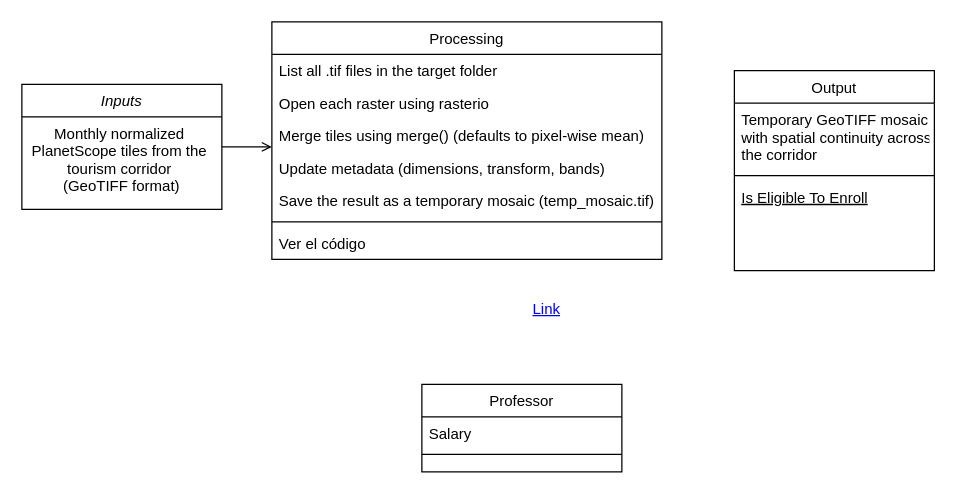
Before: RegenerativeTourism/Diagrama sin título.drawio in WennOlarteE/portfolio, a draw.io diagram. Source tidied: cells renumbered, new cells numbered last; positions are measured from the earlier drawing's top-left corner, leaving out a move shared by most shapes. Both pictures are drawn from the tidied source at 125%, with x=0, y=0 at pixel (21, 21).
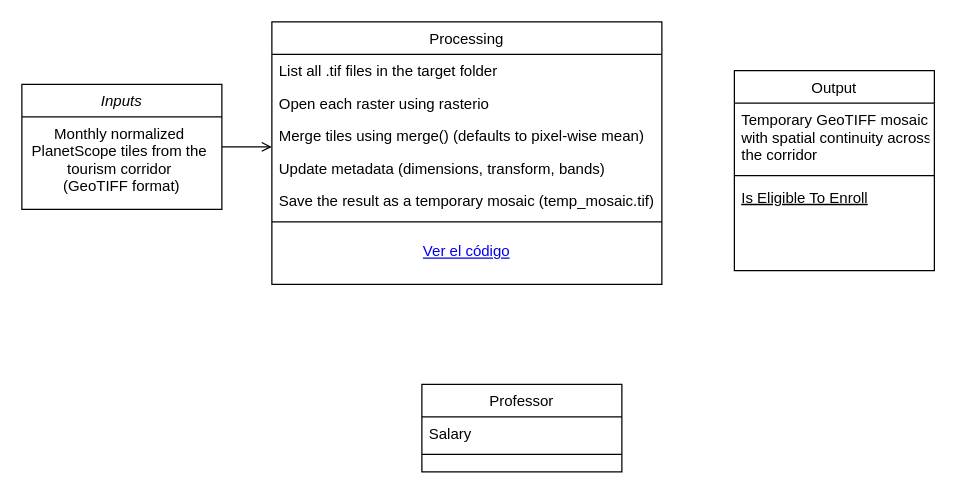
Above is the later version.

What changed in the source:
```diff
@@
     <mxCell id="11" value="Processing" style="swimlane;fontStyle=0;align=center;verticalAlign=top;horizontal=1;startSize=26;rounded=0;shadow=0;strokeWidth=1;" parent="1" vertex="1">
-      <mxGeometry x="200" width="312" height="190" as="geometry" />
+      <mxGeometry x="200" width="312" height="210" as="geometry" />
     </mxCell>
@@
-    <mxCell id="18" value="Ver el código" style="text;align=left;verticalAlign=top;spacingLeft=4;spacingRight=4;overflow=hidden;" parent="11" vertex="1">
-      <mxGeometry y="164" width="312" height="26" as="geometry" />
-    </mxCell>
+    <mxCell id="20" value="Ver el código" style="text;html=1;strokeColor=none;fillColor=none;whiteSpace=wrap;align=center;verticalAlign=middle;fontColor=#0000EE;fontStyle=4;" parent="11" vertex="1">
+      <mxGeometry y="164" width="312" height="40" as="geometry" />
+    </mxCell>
@@
-    <mxCell id="20" value="Link" style="text;html=1;strokeColor=none;fillColor=none;whiteSpace=wrap;align=center;verticalAlign=middle;fontColor=#0000EE;fontStyle=4;" parent="1" vertex="1">
-      <mxGeometry x="390" y="210" width="60" height="40" as="geometry" />
-    </mxCell>
```
